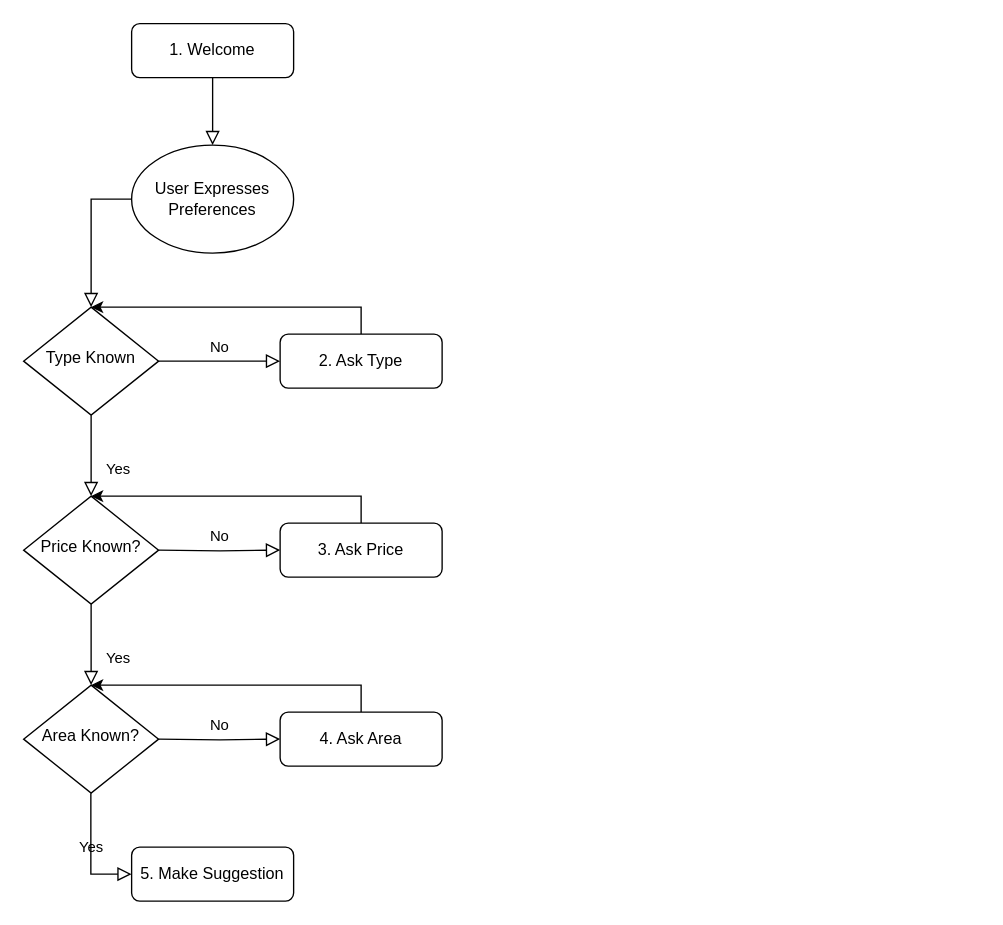
This is State Transitions.drawio from DMAgit/INFOMAIR-Group30-2021, a draw.io file, before an edit. Source tidied: cells renumbered, new cells numbered last; positions are measured from the earlier drawing's top-left corner, leaving out a move shared by most shapes. Both pictures are drawn from the tidied source at 135%, with x=0, y=0 at pixel (23, 23).
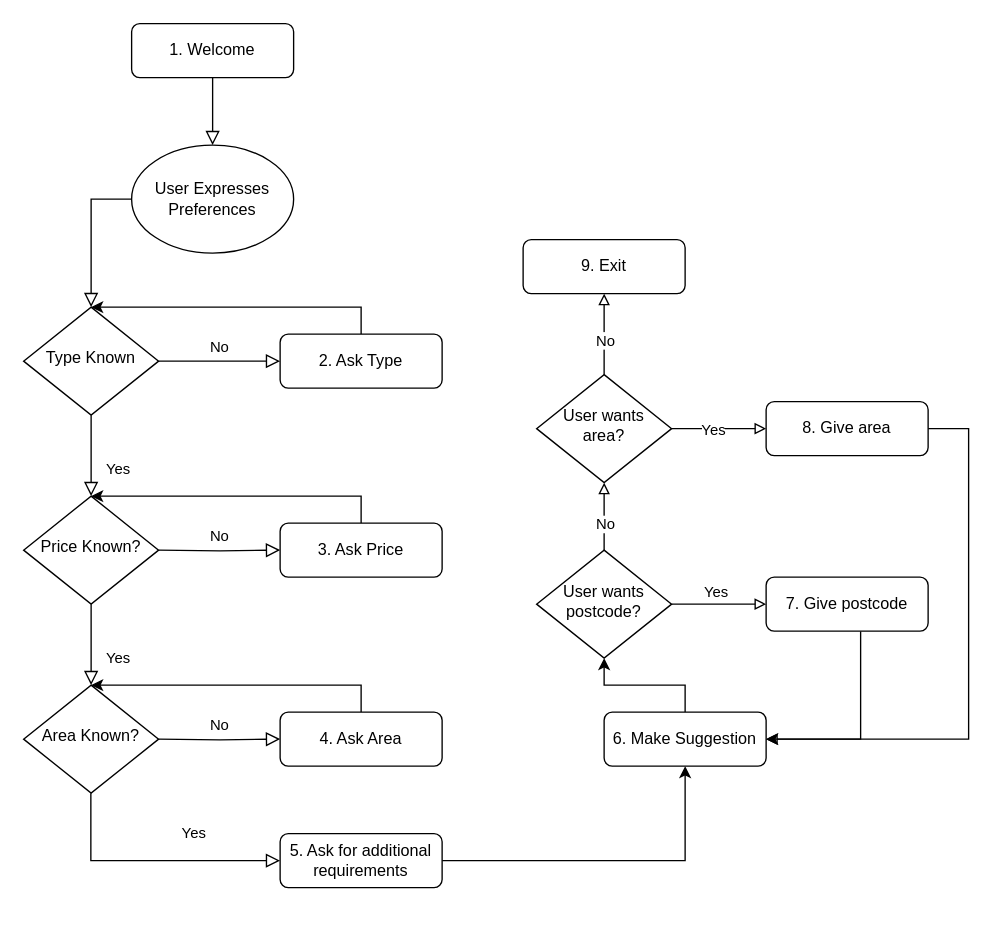
After the change.

Commit message:
Updated state diagram

What changed in the source:
```diff
@@
-    <mxCell id="20" value="Yes" style="rounded=0;html=1;jettySize=auto;fontSize=11;endArrow=block;endFill=0;endSize=8;strokeWidth=1;shadow=0;labelBackgroundColor=none;edgeStyle=orthogonalEdgeStyle;entryX=0;entryY=0.5;entryDx=0;entryDy=0;" parent="1" edge="1" target="21">
+    <mxCell id="20" value="Yes" style="rounded=0;html=1;jettySize=auto;fontSize=11;endArrow=block;endFill=0;endSize=8;strokeWidth=1;shadow=0;labelBackgroundColor=none;edgeStyle=orthogonalEdgeStyle;" parent="1" edge="1" target="21">
       <mxGeometry x="0.33" y="20" relative="1" as="geometry">
         <mxPoint x="49.8" y="570" as="sourcePoint" />
         <Array as="points">
-          <mxPoint x="50" y="630" />
+          <mxPoint x="50" y="620" />
         </Array>
       </mxGeometry>
     </mxCell>
+    <mxCell id="22" style="edgeStyle=orthogonalEdgeStyle;rounded=0;jettySize=auto;html=1;" parent="1" edge="1" source="21" target="24">
+      <mxGeometry relative="1" as="geometry" />
+    </mxCell>
-    <mxCell id="21" value="5. Make Suggestion" style="rounded=1;whiteSpace=wrap;html=1;fontSize=12;glass=0;strokeWidth=1;shadow=0;" parent="1" vertex="1">
-      <mxGeometry x="80" y="610" width="120" height="40" as="geometry" />
+    <mxCell id="21" value="5. Ask for additional requirements" style="rounded=1;whiteSpace=wrap;html=1;fontSize=12;glass=0;strokeWidth=1;shadow=0;" parent="1" vertex="1">
+      <mxGeometry x="190" y="600" width="120" height="40" as="geometry" />
     </mxCell>
+    <mxCell id="23" style="edgeStyle=orthogonalEdgeStyle;rounded=0;jettySize=auto;html=1;" parent="1" edge="1" source="24" target="29">
+      <mxGeometry relative="1" as="geometry" />
+    </mxCell>
+    <mxCell id="24" value="6. Make Suggestion" style="rounded=1;whiteSpace=wrap;html=1;fontSize=12;glass=0;strokeWidth=1;shadow=0;" parent="1" vertex="1">
+      <mxGeometry x="430" y="510" width="120" height="40" as="geometry" />
+    </mxCell>
+    <mxCell id="25" style="edgeStyle=orthogonalEdgeStyle;rounded=0;jettySize=auto;html=1;endArrow=block;endFill=0;" parent="1" edge="1" source="29" target="31">
+      <mxGeometry relative="1" as="geometry" />
+    </mxCell>
+    <mxCell id="26" value="Yes" style="edgeLabel;html=1;align=center;verticalAlign=middle;" parent="25" vertex="1">
+      <mxGeometry x="-0.28" y="1" relative="1" as="geometry">
+        <mxPoint x="7" y="-9" as="offset" />
+      </mxGeometry>
+    </mxCell>
+    <mxCell id="27" style="edgeStyle=orthogonalEdgeStyle;rounded=0;jettySize=auto;html=1;endArrow=block;endFill=0;" parent="1" edge="1" source="29" target="36">
+      <mxGeometry relative="1" as="geometry">
+        <Array as="points">
+          <mxPoint x="430" y="350" />
+          <mxPoint x="430" y="350" />
+        </Array>
+      </mxGeometry>
+    </mxCell>
+    <mxCell id="28" value="No" style="edgeLabel;html=1;align=center;verticalAlign=middle;" parent="27" vertex="1">
+      <mxGeometry x="0.29" y="-1" relative="1" as="geometry">
+        <mxPoint x="-1" y="12" as="offset" />
+      </mxGeometry>
+    </mxCell>
+    <mxCell id="29" value="User wants postcode?" style="rhombus;whiteSpace=wrap;html=1;shadow=0;fontFamily=Helvetica;fontSize=12;align=center;strokeWidth=1;spacing=6;spacingTop=-4;" parent="1" vertex="1">
+      <mxGeometry x="380" y="390" width="100" height="80" as="geometry" />
+    </mxCell>
+    <mxCell id="30" style="edgeStyle=orthogonalEdgeStyle;rounded=0;jettySize=auto;html=1;" parent="1" edge="1" source="31" target="24">
+      <mxGeometry relative="1" as="geometry">
+        <Array as="points">
+          <mxPoint x="620" y="530" />
+        </Array>
+      </mxGeometry>
+    </mxCell>
+    <mxCell id="31" value="7. Give postcode" style="rounded=1;whiteSpace=wrap;html=1;fontSize=12;glass=0;strokeWidth=1;shadow=0;" parent="1" vertex="1">
+      <mxGeometry x="550" y="410" width="120" height="40" as="geometry" />
+    </mxCell>
+    <mxCell id="32" style="edgeStyle=orthogonalEdgeStyle;rounded=0;jettySize=auto;html=1;endArrow=block;endFill=0;" parent="1" edge="1" source="36" target="38">
+      <mxGeometry relative="1" as="geometry">
+        <Array as="points">
+          <mxPoint x="520" y="300" />
+          <mxPoint x="520" y="300" />
+        </Array>
+      </mxGeometry>
+    </mxCell>
+    <mxCell id="33" value="Yes" style="edgeLabel;html=1;align=center;verticalAlign=middle;" parent="32" vertex="1">
+      <mxGeometry x="0.26" y="-1" relative="1" as="geometry">
+        <mxPoint x="-14" y="-1" as="offset" />
+      </mxGeometry>
+    </mxCell>
+    <mxCell id="34" style="edgeStyle=orthogonalEdgeStyle;rounded=0;jettySize=auto;html=1;endArrow=block;endFill=0;" parent="1" edge="1" source="36" target="39">
+      <mxGeometry relative="1" as="geometry" />
+    </mxCell>
+    <mxCell id="35" value="No" style="edgeLabel;html=1;align=center;verticalAlign=middle;" parent="34" vertex="1">
+      <mxGeometry x="-0.15" relative="1" as="geometry" />
+    </mxCell>
+    <mxCell id="36" value="User wants area?" style="rhombus;whiteSpace=wrap;html=1;shadow=0;fontFamily=Helvetica;fontSize=12;align=center;strokeWidth=1;spacing=6;spacingTop=-4;" parent="1" vertex="1">
+      <mxGeometry x="380" y="260" width="100" height="80" as="geometry" />
+    </mxCell>
+    <mxCell id="37" style="edgeStyle=orthogonalEdgeStyle;rounded=0;jettySize=auto;html=1;endArrow=block;endFill=0;" parent="1" edge="1" source="38" target="24">
+      <mxGeometry relative="1" as="geometry">
+        <Array as="points">
+          <mxPoint x="700" y="300" />
+          <mxPoint x="700" y="530" />
+        </Array>
+      </mxGeometry>
+    </mxCell>
+    <mxCell id="38" value="8. Give area" style="rounded=1;whiteSpace=wrap;html=1;fontSize=12;glass=0;strokeWidth=1;shadow=0;" parent="1" vertex="1">
+      <mxGeometry x="550" y="280" width="120" height="40" as="geometry" />
+    </mxCell>
+    <mxCell id="39" value="9. Exit" style="rounded=1;whiteSpace=wrap;html=1;fontSize=12;glass=0;strokeWidth=1;shadow=0;" parent="1" vertex="1">
+      <mxGeometry x="370" y="160" width="120" height="40" as="geometry" />
+    </mxCell>
```
